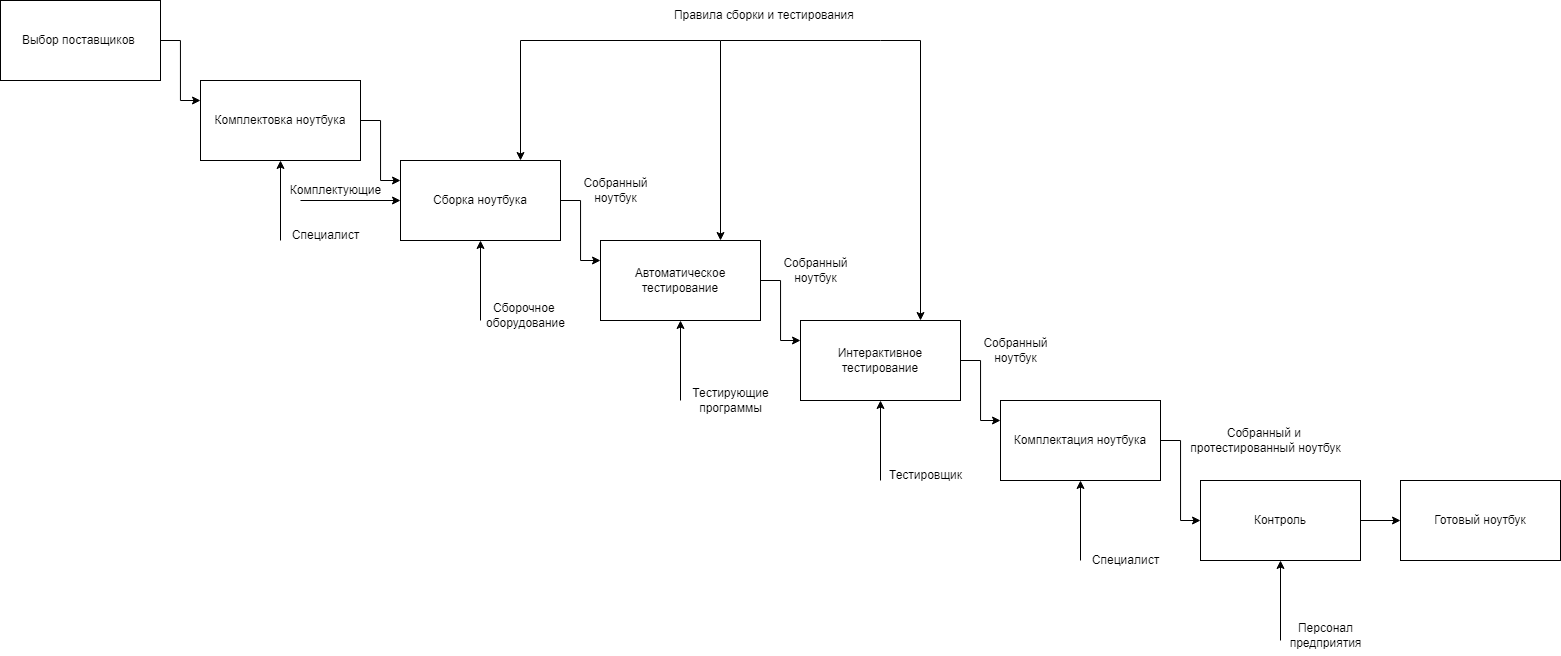
UlviSevkhanov/Labs_PSTU_2022 keeps this draw.io diagram as 2nd Semester/idef0.png. Above is the earlier version. Source tidied: cells renumbered, new cells last; positions are measured from the earlier drawing's top-left corner, leaving out a move shared by most shapes.
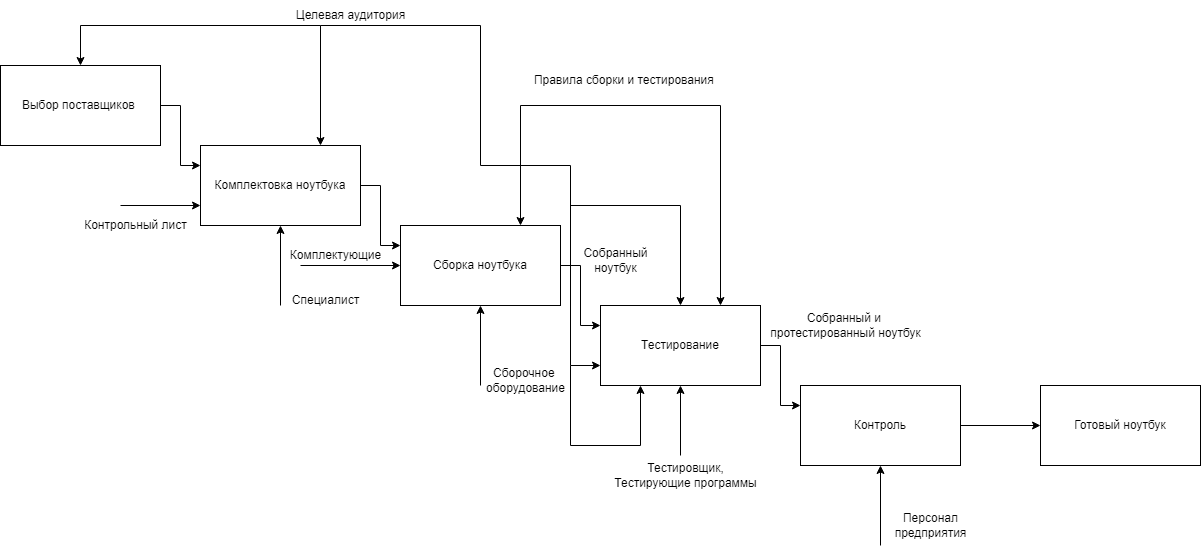
After the change.

Change to the diagram source:
```diff
@@ -14,38 +14,20 @@
     <mxCell id="5" value="Комплектовка ноутбука" style="rounded=0;whiteSpace=wrap;html=1;" parent="1" vertex="1">
       <mxGeometry x="200" y="80" width="160" height="80" as="geometry" />
     </mxCell>
-    <mxCell id="6" style="edgeStyle=orthogonalEdgeStyle;rounded=0;jettySize=auto;html=1;exitX=1;exitY=0.5;exitDx=0;exitDy=0;entryX=0;entryY=0.25;entryDx=0;entryDy=0;" parent="1" edge="1" source="7" target="9">
-      <mxGeometry relative="1" as="geometry" />
-    </mxCell>
+    <mxCell id="39" style="edgeStyle=orthogonalEdgeStyle;rounded=0;jettySize=auto;html=1;exitX=1;exitY=0.5;exitDx=0;exitDy=0;entryX=0;entryY=0.25;entryDx=0;entryDy=0;" parent="1" edge="1" source="7" target="41">
+      <mxGeometry relative="1" as="geometry" />
+    </mxCell>
     <mxCell id="7" value="Сборка ноутбука" style="rounded=0;whiteSpace=wrap;html=1;" parent="1" vertex="1">
       <mxGeometry x="400" y="160" width="160" height="80" as="geometry" />
     </mxCell>
-    <mxCell id="8" style="edgeStyle=orthogonalEdgeStyle;rounded=0;jettySize=auto;html=1;exitX=1;exitY=0.5;exitDx=0;exitDy=0;entryX=0;entryY=0.25;entryDx=0;entryDy=0;" parent="1" edge="1" source="9" target="11">
-      <mxGeometry relative="1" as="geometry" />
-    </mxCell>
-    <mxCell id="9" value="Автоматическое тестирование" style="rounded=0;whiteSpace=wrap;html=1;" parent="1" vertex="1">
-      <mxGeometry x="600" y="240" width="160" height="80" as="geometry" />
-    </mxCell>
-    <mxCell id="10" style="edgeStyle=orthogonalEdgeStyle;rounded=0;jettySize=auto;html=1;exitX=1;exitY=0.5;exitDx=0;exitDy=0;entryX=0;entryY=0.25;entryDx=0;entryDy=0;" parent="1" edge="1" source="11" target="13">
-      <mxGeometry relative="1" as="geometry" />
-    </mxCell>
-    <mxCell id="11" value="Интерактивное тестирование" style="rounded=0;whiteSpace=wrap;html=1;" parent="1" vertex="1">
-      <mxGeometry x="800" y="320" width="160" height="80" as="geometry" />
-    </mxCell>
-    <mxCell id="12" style="edgeStyle=orthogonalEdgeStyle;rounded=0;jettySize=auto;html=1;exitX=1;exitY=0.5;exitDx=0;exitDy=0;entryX=0;entryY=0.5;entryDx=0;entryDy=0;" parent="1" edge="1" source="13" target="15">
-      <mxGeometry relative="1" as="geometry" />
-    </mxCell>
-    <mxCell id="13" value="Комплектация ноутбука" style="rounded=0;whiteSpace=wrap;html=1;" parent="1" vertex="1">
-      <mxGeometry x="1000" y="400" width="160" height="80" as="geometry" />
-    </mxCell>
     <mxCell id="14" style="edgeStyle=orthogonalEdgeStyle;rounded=0;jettySize=auto;html=1;exitX=1;exitY=0.5;exitDx=0;exitDy=0;entryX=0;entryY=0.5;entryDx=0;entryDy=0;" parent="1" edge="1" source="15" target="16">
       <mxGeometry relative="1" as="geometry" />
     </mxCell>
     <mxCell id="15" value="Контроль" style="rounded=0;whiteSpace=wrap;html=1;" parent="1" vertex="1">
-      <mxGeometry x="1200" y="480" width="160" height="80" as="geometry" />
+      <mxGeometry x="800" y="320" width="160" height="80" as="geometry" />
     </mxCell>
     <mxCell id="16" value="Готовый ноутбук" style="rounded=0;whiteSpace=wrap;html=1;" parent="1" vertex="1">
-      <mxGeometry x="1400" y="480" width="160" height="80" as="geometry" />
+      <mxGeometry x="1040" y="320" width="160" height="80" as="geometry" />
     </mxCell>
     <mxCell id="17" style="endArrow=classic;html=1;rounded=0;entryX=0.5;entryY=1;entryDx=0;entryDy=0;" parent="1" edge="1" target="5">
       <mxGeometry relative="1" as="geometry">
@@ -55,11 +37,6 @@
     <mxCell id="18" value="Специалист" style="text;html=1;align=center;verticalAlign=middle;strokeColor=none;fillColor=none;" parent="1" vertex="1">
       <mxGeometry x="280" y="220" width="90" height="30" as="geometry" />
     </mxCell>
-    <mxCell id="19" style="endArrow=classic;html=1;rounded=0;entryX=0.5;entryY=1;entryDx=0;entryDy=0;" parent="1" edge="1" target="9">
-      <mxGeometry relative="1" as="geometry">
-        <mxPoint x="680" y="400" as="sourcePoint" />
-      </mxGeometry>
-    </mxCell>
     <mxCell id="20" style="endArrow=classic;html=1;rounded=0;entryX=0.5;entryY=1;entryDx=0;entryDy=0;" parent="1" edge="1" target="7">
       <mxGeometry relative="1" as="geometry">
         <mxPoint x="480" y="320" as="sourcePoint" />
@@ -68,32 +45,16 @@
     <mxCell id="21" value="Сборочное&amp;nbsp;&lt;br&gt;оборудование" style="text;html=1;align=center;verticalAlign=middle;strokeColor=none;fillColor=none;" parent="1" vertex="1">
       <mxGeometry x="475" y="295" width="100" height="40" as="geometry" />
     </mxCell>
-    <mxCell id="22" value="Тестирующие &lt;br&gt;программы" style="text;html=1;align=center;verticalAlign=middle;strokeColor=none;fillColor=none;" parent="1" vertex="1">
-      <mxGeometry x="680" y="380" width="100" height="40" as="geometry" />
-    </mxCell>
-    <mxCell id="23" style="endArrow=classic;html=1;rounded=0;entryX=0.5;entryY=1;entryDx=0;entryDy=0;" parent="1" edge="1" target="11">
-      <mxGeometry relative="1" as="geometry">
-        <mxPoint x="880" y="480" as="sourcePoint" />
-      </mxGeometry>
-    </mxCell>
-    <mxCell id="24" value="Тестировщик" style="text;html=1;align=center;verticalAlign=middle;strokeColor=none;fillColor=none;" parent="1" vertex="1">
-      <mxGeometry x="875" y="460" width="100" height="30" as="geometry" />
+    <mxCell id="24" value="Тестировщик,&lt;br&gt;Тестирующие программы" style="text;html=1;align=center;verticalAlign=middle;strokeColor=none;fillColor=none;" parent="1" vertex="1">
+      <mxGeometry x="600" y="390" width="170" height="40" as="geometry" />
     </mxCell>
-    <mxCell id="25" style="endArrow=classic;html=1;rounded=0;entryX=0.5;entryY=1;entryDx=0;entryDy=0;" parent="1" edge="1" target="13">
-      <mxGeometry relative="1" as="geometry">
-        <mxPoint x="1080" y="560" as="sourcePoint" />
-      </mxGeometry>
-    </mxCell>
-    <mxCell id="26" value="Специалист" style="text;html=1;align=center;verticalAlign=middle;strokeColor=none;fillColor=none;" parent="1" vertex="1">
-      <mxGeometry x="1080" y="545" width="90" height="30" as="geometry" />
-    </mxCell>
     <mxCell id="27" style="endArrow=classic;html=1;rounded=0;entryX=0.5;entryY=1;entryDx=0;entryDy=0;" parent="1" edge="1" target="15">
       <mxGeometry relative="1" as="geometry">
-        <mxPoint x="1280" y="640" as="sourcePoint" />
+        <mxPoint x="880" y="480" as="sourcePoint" />
       </mxGeometry>
     </mxCell>
     <mxCell id="28" value="Персонал &lt;br&gt;предприятия" style="text;html=1;align=center;verticalAlign=middle;strokeColor=none;fillColor=none;" parent="1" vertex="1">
-      <mxGeometry x="1275" y="615" width="100" height="40" as="geometry" />
+      <mxGeometry x="880" y="440" width="100" height="40" as="geometry" />
     </mxCell>
     <mxCell id="29" style="endArrow=classic;html=1;rounded=0;entryX=0;entryY=0.5;entryDx=0;entryDy=0;" parent="1" edge="1" target="7">
       <mxGeometry relative="1" as="geometry">
@@ -103,20 +64,12 @@
     <mxCell id="30" value="Комплектующие" style="text;html=1;align=center;verticalAlign=middle;strokeColor=none;fillColor=none;" parent="1" vertex="1">
       <mxGeometry x="280" y="175" width="110" height="30" as="geometry" />
     </mxCell>
-    <mxCell id="31" style="endArrow=classic;html=1;rounded=0;entryX=0.75;entryY=0;entryDx=0;entryDy=0;" parent="1" edge="1" target="9">
+    <mxCell id="31" style="endArrow=classic;html=1;rounded=0;entryX=0.75;entryY=0;entryDx=0;entryDy=0;" parent="1" edge="1">
       <mxGeometry relative="1" as="geometry">
         <mxPoint x="720" y="40" as="sourcePoint" />
+        <mxPoint x="720" y="240" as="targetPoint" />
       </mxGeometry>
     </mxCell>
-    <mxCell id="32" style="endArrow=classic;html=1;rounded=0;entryX=0.75;entryY=0;entryDx=0;entryDy=0;" parent="1" edge="1" target="11">
-      <mxGeometry relative="1" as="geometry">
-        <mxPoint x="720" y="40" as="sourcePoint" />
-        <Array as="points">
-          <mxPoint x="880" y="40" />
-          <mxPoint x="920" y="40" />
-        </Array>
-      </mxGeometry>
-    </mxCell>
     <mxCell id="33" style="endArrow=classic;html=1;rounded=0;entryX=0.75;entryY=0;entryDx=0;entryDy=0;" parent="1" edge="1" target="7">
       <mxGeometry relative="1" as="geometry">
         <mxPoint x="720" y="40" as="sourcePoint" />
@@ -126,19 +79,78 @@
       </mxGeometry>
     </mxCell>
     <mxCell id="34" value="Правила сборки и тестирования&amp;nbsp;" style="text;html=1;align=center;verticalAlign=middle;strokeColor=none;fillColor=none;" parent="1" vertex="1">
-      <mxGeometry x="660" width="210" height="30" as="geometry" />
+      <mxGeometry x="520" width="210" height="30" as="geometry" />
     </mxCell>
     <mxCell id="35" value="Собранный и&amp;nbsp;&lt;br&gt;протестированный ноутбук" style="text;html=1;align=center;verticalAlign=middle;strokeColor=none;fillColor=none;" parent="1" vertex="1">
-      <mxGeometry x="1180" y="420" width="170" height="40" as="geometry" />
+      <mxGeometry x="760" y="240" width="170" height="40" as="geometry" />
     </mxCell>
     <mxCell id="36" value="Собранный &lt;br&gt;ноутбук" style="text;html=1;align=center;verticalAlign=middle;strokeColor=none;fillColor=none;" parent="1" vertex="1">
-      <mxGeometry x="570" y="170" width="90" height="40" as="geometry" />
+      <mxGeometry x="570" y="175" width="90" height="40" as="geometry" />
     </mxCell>
-    <mxCell id="37" value="Собранный &lt;br&gt;ноутбук" style="text;html=1;align=center;verticalAlign=middle;strokeColor=none;fillColor=none;" parent="1" vertex="1">
-      <mxGeometry x="770" y="250" width="90" height="40" as="geometry" />
-    </mxCell>
-    <mxCell id="38" value="Собранный &lt;br&gt;ноутбук" style="text;html=1;align=center;verticalAlign=middle;strokeColor=none;fillColor=none;" parent="1" vertex="1">
-      <mxGeometry x="970" y="330" width="90" height="40" as="geometry" />
-    </mxCell>
+    <mxCell id="40" style="edgeStyle=orthogonalEdgeStyle;rounded=0;jettySize=auto;html=1;exitX=1;exitY=0.5;exitDx=0;exitDy=0;entryX=0;entryY=0.25;entryDx=0;entryDy=0;" parent="1" edge="1" source="41" target="15">
+      <mxGeometry relative="1" as="geometry" />
+    </mxCell>
+    <mxCell id="41" value="Тестирование" style="rounded=0;whiteSpace=wrap;html=1;" parent="1" vertex="1">
+      <mxGeometry x="600" y="240" width="160" height="80" as="geometry" />
+    </mxCell>
+    <mxCell id="42" style="endArrow=classic;html=1;rounded=0;entryX=0.5;entryY=1;entryDx=0;entryDy=0;" parent="1" edge="1" target="41">
+      <mxGeometry relative="1" as="geometry">
+        <mxPoint x="680" y="390" as="sourcePoint" />
+      </mxGeometry>
+    </mxCell>
+    <mxCell id="43" style="endArrow=classic;html=1;rounded=0;entryX=0.75;entryY=0;entryDx=0;entryDy=0;" parent="1" edge="1" target="5">
+      <mxGeometry relative="1" as="geometry">
+        <mxPoint x="320" y="-40" as="sourcePoint" />
+      </mxGeometry>
+    </mxCell>
+    <mxCell id="44" style="endArrow=classic;html=1;rounded=0;" parent="1" edge="1">
+      <mxGeometry relative="1" as="geometry">
+        <mxPoint x="320" y="-40" as="sourcePoint" />
+        <mxPoint x="600" y="300" as="targetPoint" />
+        <Array as="points">
+          <mxPoint x="480" y="-40" />
+          <mxPoint x="480" y="100" />
+          <mxPoint x="570" y="100" />
+          <mxPoint x="570" y="300" />
+        </Array>
+      </mxGeometry>
+    </mxCell>
+    <mxCell id="45" style="endArrow=classic;html=1;rounded=0;entryX=0.25;entryY=1;entryDx=0;entryDy=0;" parent="1" edge="1" target="41">
+      <mxGeometry relative="1" as="geometry">
+        <mxPoint x="570" y="300" as="sourcePoint" />
+        <Array as="points">
+          <mxPoint x="570" y="380" />
+          <mxPoint x="640" y="380" />
+        </Array>
+      </mxGeometry>
+    </mxCell>
+    <mxCell id="46" style="endArrow=classic;html=1;rounded=0;entryX=0.5;entryY=0;entryDx=0;entryDy=0;" parent="1" edge="1" target="41">
+      <mxGeometry relative="1" as="geometry">
+        <mxPoint x="570" y="140" as="sourcePoint" />
+        <Array as="points">
+          <mxPoint x="680" y="140" />
+        </Array>
+      </mxGeometry>
+    </mxCell>
+    <mxCell id="47" style="endArrow=classic;html=1;rounded=0;entryX=0.5;entryY=0;entryDx=0;entryDy=0;" parent="1" edge="1" target="3">
+      <mxGeometry relative="1" as="geometry">
+        <mxPoint x="320" y="-40" as="sourcePoint" />
+        <Array as="points">
+          <mxPoint x="80" y="-40" />
+        </Array>
+      </mxGeometry>
+    </mxCell>
+    <mxCell id="48" value="Целевая аудитория" style="text;html=1;align=center;verticalAlign=middle;strokeColor=none;fillColor=none;" parent="1" vertex="1">
+      <mxGeometry x="285" y="-65" width="130" height="30" as="geometry" />
+    </mxCell>
+    <mxCell id="49" style="endArrow=classic;html=1;rounded=0;" parent="1" edge="1">
+      <mxGeometry relative="1" as="geometry">
+        <mxPoint x="120" y="140" as="sourcePoint" />
+        <mxPoint x="200" y="140" as="targetPoint" />
+      </mxGeometry>
+    </mxCell>
+    <mxCell id="50" value="Контрольный лист" style="text;html=1;align=center;verticalAlign=middle;strokeColor=none;fillColor=none;" parent="1" vertex="1">
+      <mxGeometry x="70" y="145" width="130" height="30" as="geometry" />
+    </mxCell>
   </root>
 </mxGraphModel>
```
